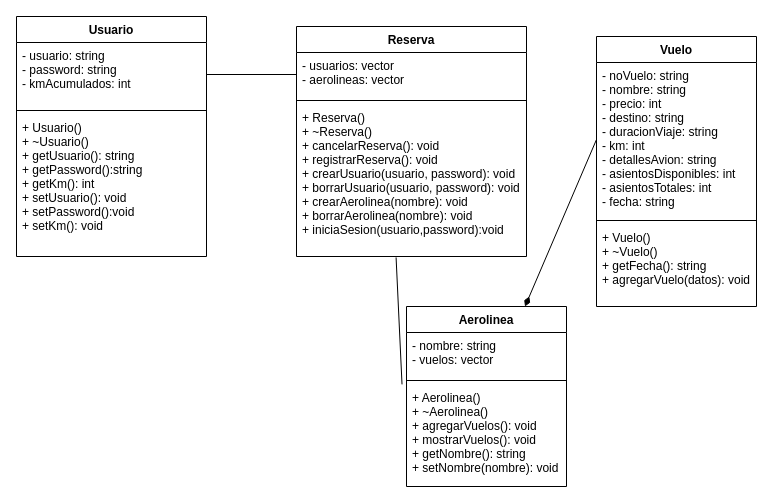
The draw.io diagram Proyecto/diagrama.drawio in AlexaBF/OOP, before the edit. Source tidied: cells renumbered, new cells numbered last; positions are measured from the earlier drawing's top-left corner, leaving out a move shared by most shapes. Both pictures are drawn from the tidied source at 100%, with x=0, y=0 at pixel (16, 16).
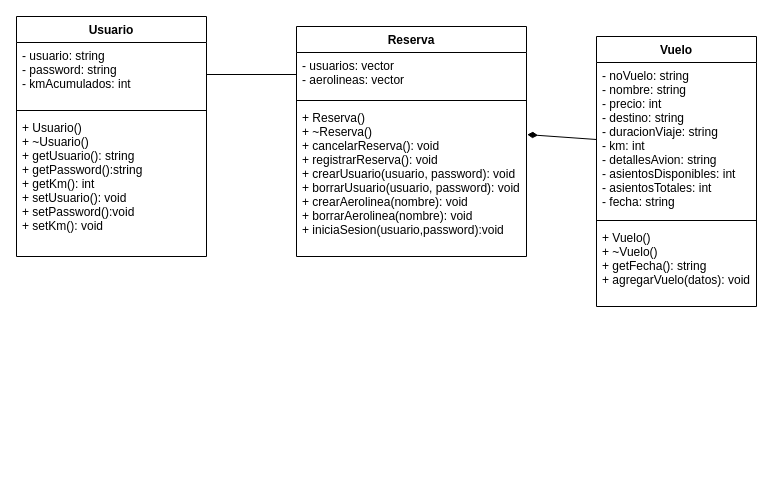
Above is the later version.

Unchanged cells that the change refers to:
```xml
<mxCell id="11" value="- noVuelo: string&#10;- nombre: string&#10;- precio: int&#10;- destino: string&#10;- duracionViaje: string&#10;- km: int&#10;- detallesAvion: string&#10;- asientosDisponibles: int&#10;- asientosTotales: int&#10;- fecha: string" style="text;strokeColor=none;fillColor=none;align=left;verticalAlign=top;spacingLeft=4;spacingRight=4;overflow=hidden;points=[[0,0.5],[1,0.5]];portConstraint=eastwest;" parent="10" vertex="1">
  <mxGeometry y="26" width="160" height="154" as="geometry" />
</mxCell>
<mxCell id="17" value="+ Reserva()&#10;+ ~Reserva()&#10;+ cancelarReserva(): void&#10;+ registrarReserva(): void&#10;+ crearUsuario(usuario, password): void&#10;+ borrarUsuario(usuario, password): void&#10;+ crearAerolinea(nombre): void&#10;+ borrarAerolinea(nombre): void&#10;+ iniciaSesion(usuario,password):void" style="text;strokeColor=none;fillColor=none;align=left;verticalAlign=top;spacingLeft=4;spacingRight=4;overflow=hidden;points=[[0,0.5],[1,0.5]];portConstraint=eastwest;" parent="14" vertex="1">
  <mxGeometry y="78" width="230" height="152" as="geometry" />
</mxCell>
```

Diff of the diagram source:
```diff
@@
-    <mxCell id="6" value="Aerolinea" style="swimlane;fontStyle=1;align=center;verticalAlign=top;horizontal=1;startSize=26;" parent="1" vertex="1">
-      <mxGeometry x="390" y="290" width="160" height="180" as="geometry" />
-    </mxCell>
-    <mxCell id="7" value="- nombre: string&#10;- vuelos: vector" style="text;strokeColor=none;fillColor=none;align=left;verticalAlign=top;spacingLeft=4;spacingRight=4;overflow=hidden;" parent="6" vertex="1">
-      <mxGeometry y="26" width="160" height="44" as="geometry" />
-    </mxCell>
-    <mxCell id="8" style="line;strokeWidth=1;fillColor=none;align=left;verticalAlign=middle;spacingTop=-1;spacingLeft=3;spacingRight=3;labelPosition=right;strokeColor=inherit;" parent="6" vertex="1">
-      <mxGeometry y="70" width="160" height="8" as="geometry" />
-    </mxCell>
-    <mxCell id="9" value="+ Aerolinea()&#10;+ ~Aerolinea()&#10;+ agregarVuelos(): void&#10;+ mostrarVuelos(): void&#10;+ getNombre(): string&#10;+ setNombre(nombre): void" style="text;strokeColor=none;fillColor=none;align=left;verticalAlign=top;spacingLeft=4;spacingRight=4;overflow=hidden;points=[[0,0.5],[1,0.5]];portConstraint=eastwest;" parent="6" vertex="1">
-      <mxGeometry y="78" width="160" height="102" as="geometry" />
-    </mxCell>
@@
-    <mxCell id="18" style="endArrow=none;startArrow=diamondThin;endFill=0;startFill=1;html=1;verticalAlign=bottom;labelBackgroundColor=none;strokeWidth=1;startSize=8;endSize=8;entryX=0;entryY=0.5;entryDx=0;entryDy=0;" parent="1" edge="1" source="6" target="11">
+    <mxCell id="18" style="endArrow=none;startArrow=diamondThin;endFill=0;startFill=1;html=1;verticalAlign=bottom;labelBackgroundColor=none;strokeWidth=1;startSize=8;endSize=8;entryX=0;entryY=0.5;entryDx=0;entryDy=0;exitX=1.003;exitY=0.198;exitDx=0;exitDy=0;exitPerimeter=0;" parent="1" edge="1" source="17" target="11">
       <mxGeometry relative="1" as="geometry" />
     </mxCell>
-    <mxCell id="19" style="endArrow=none;html=1;exitX=-0.028;exitY=-0.001;exitDx=0;exitDy=0;entryX=0.433;entryY=1.006;entryDx=0;entryDy=0;entryPerimeter=0;exitPerimeter=0;" parent="1" edge="1" source="9" target="17">
-      <mxGeometry relative="1" as="geometry" />
-    </mxCell>
```
